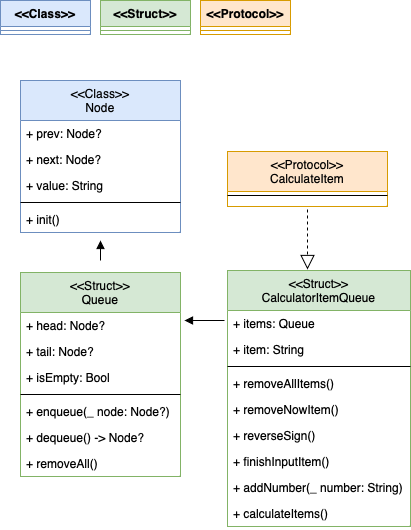
Earlier version of the draw.io export Step1UML.png (yagom-academy/ios-calculator-app). Source tidied: cells renumbered, new cells last; positions are measured from the earlier drawing's top-left corner, leaving out a move shared by most shapes. Its diagram source:
```xml
<mxGraphModel>
  <root>
    <mxCell id="0" />
    <mxCell id="1" parent="0" />
    <mxCell id="2" value="&lt;&lt;Class&gt;&gt;&#10;Node" style="swimlane;fontStyle=0;align=center;verticalAlign=top;horizontal=1;startSize=40;rounded=0;shadow=0;strokeWidth=1;fillColor=#dae8fc;strokeColor=#6c8ebf;" parent="1" vertex="1">
      <mxGeometry x="20" y="80" width="160" height="152" as="geometry" />
    </mxCell>
    <mxCell id="3" value="+ prev: Node?" style="text;align=left;verticalAlign=top;spacingLeft=4;spacingRight=4;overflow=hidden;" parent="2" vertex="1">
      <mxGeometry y="40" width="160" height="26" as="geometry" />
    </mxCell>
    <mxCell id="4" value="+ next: Node?" style="text;align=left;verticalAlign=top;spacingLeft=4;spacingRight=4;overflow=hidden;rounded=0;shadow=0;html=0;" parent="2" vertex="1">
      <mxGeometry y="66" width="160" height="26" as="geometry" />
    </mxCell>
    <mxCell id="5" value="+ value: String" style="text;align=left;verticalAlign=top;spacingLeft=4;spacingRight=4;overflow=hidden;rounded=0;shadow=0;html=0;" parent="2" vertex="1">
      <mxGeometry y="92" width="160" height="26" as="geometry" />
    </mxCell>
    <mxCell id="6" style="line;html=1;strokeWidth=1;align=left;verticalAlign=middle;spacingTop=-1;spacingLeft=3;spacingRight=3;labelPosition=right;" parent="2" vertex="1">
      <mxGeometry y="118" width="160" height="8" as="geometry" />
    </mxCell>
    <mxCell id="7" value="+ init()" style="text;align=left;verticalAlign=top;spacingLeft=4;spacingRight=4;overflow=hidden;rounded=0;shadow=0;html=0;" parent="2" vertex="1">
      <mxGeometry y="126" width="160" height="26" as="geometry" />
    </mxCell>
    <mxCell id="8" value="&lt;&lt;Struct&gt;&gt;&#10;Queue" style="swimlane;fontStyle=0;align=center;verticalAlign=top;horizontal=1;startSize=40;rounded=0;shadow=0;strokeWidth=1;fillColor=#d5e8d4;strokeColor=#82b366;" parent="1" vertex="1">
      <mxGeometry x="20" y="272" width="160" height="204" as="geometry" />
    </mxCell>
    <mxCell id="9" value="+ head: Node?&#10;" style="text;align=left;verticalAlign=top;spacingLeft=4;spacingRight=4;overflow=hidden;rounded=0;shadow=0;html=0;" parent="8" vertex="1">
      <mxGeometry y="40" width="160" height="26" as="geometry" />
    </mxCell>
    <mxCell id="10" value="+ tail: Node?&#10;" style="text;align=left;verticalAlign=top;spacingLeft=4;spacingRight=4;overflow=hidden;rounded=0;shadow=0;html=0;" parent="8" vertex="1">
      <mxGeometry y="66" width="160" height="26" as="geometry" />
    </mxCell>
    <mxCell id="11" value="+ isEmpty: Bool&#10;" style="text;align=left;verticalAlign=top;spacingLeft=4;spacingRight=4;overflow=hidden;rounded=0;shadow=0;html=0;" parent="8" vertex="1">
      <mxGeometry y="92" width="160" height="26" as="geometry" />
    </mxCell>
    <mxCell id="12" style="line;html=1;strokeWidth=1;align=left;verticalAlign=middle;spacingTop=-1;spacingLeft=3;spacingRight=3;labelPosition=right;" parent="8" vertex="1">
      <mxGeometry y="118" width="160" height="8" as="geometry" />
    </mxCell>
    <mxCell id="13" value="+ enqueue(_ node: Node?)" style="text;align=left;verticalAlign=top;spacingLeft=4;spacingRight=4;overflow=hidden;" parent="8" vertex="1">
      <mxGeometry y="126" width="160" height="26" as="geometry" />
    </mxCell>
    <mxCell id="14" value="+ dequeue() -&gt; Node?" style="text;align=left;verticalAlign=top;spacingLeft=4;spacingRight=4;overflow=hidden;" parent="8" vertex="1">
      <mxGeometry y="152" width="160" height="26" as="geometry" />
    </mxCell>
    <mxCell id="15" value="+ removeAll()" style="text;align=left;verticalAlign=top;spacingLeft=4;spacingRight=4;overflow=hidden;" parent="8" vertex="1">
      <mxGeometry y="178" width="160" height="26" as="geometry" />
    </mxCell>
    <mxCell id="16" value="&lt;&lt;Struct&gt;&gt;&#10;CalculatorItemQueue" style="swimlane;fontStyle=0;align=center;verticalAlign=top;horizontal=1;startSize=40;rounded=0;shadow=0;strokeWidth=1;fillColor=#d5e8d4;strokeColor=#82b366;" parent="1" vertex="1">
      <mxGeometry x="227" y="270" width="183" height="256" as="geometry" />
    </mxCell>
    <mxCell id="17" value="+ items: Queue" style="text;align=left;verticalAlign=top;spacingLeft=4;spacingRight=4;overflow=hidden;" parent="16" vertex="1">
      <mxGeometry y="40" width="183" height="26" as="geometry" />
    </mxCell>
    <mxCell id="18" value="+ item: String" style="text;align=left;verticalAlign=top;spacingLeft=4;spacingRight=4;overflow=hidden;" parent="16" vertex="1">
      <mxGeometry y="66" width="183" height="26" as="geometry" />
    </mxCell>
    <mxCell id="19" style="line;html=1;strokeWidth=1;align=left;verticalAlign=middle;spacingTop=-1;spacingLeft=3;spacingRight=3;labelPosition=right;" parent="16" vertex="1">
      <mxGeometry y="92" width="183" height="8" as="geometry" />
    </mxCell>
    <mxCell id="20" value="+ removeAllItems()" style="text;align=left;verticalAlign=top;spacingLeft=4;spacingRight=4;overflow=hidden;" parent="16" vertex="1">
      <mxGeometry y="100" width="183" height="26" as="geometry" />
    </mxCell>
    <mxCell id="21" value="+ removeNowItem()" style="text;align=left;verticalAlign=top;spacingLeft=4;spacingRight=4;overflow=hidden;" parent="16" vertex="1">
      <mxGeometry y="126" width="183" height="26" as="geometry" />
    </mxCell>
    <mxCell id="22" value="+ reverseSign()" style="text;align=left;verticalAlign=top;spacingLeft=4;spacingRight=4;overflow=hidden;" parent="16" vertex="1">
      <mxGeometry y="152" width="183" height="26" as="geometry" />
    </mxCell>
    <mxCell id="23" value="+ finishInputItem()" style="text;align=left;verticalAlign=top;spacingLeft=4;spacingRight=4;overflow=hidden;" parent="16" vertex="1">
      <mxGeometry y="178" width="183" height="26" as="geometry" />
    </mxCell>
    <mxCell id="24" value="+ addNumber(_ number: String)" style="text;align=left;verticalAlign=top;spacingLeft=4;spacingRight=4;overflow=hidden;" parent="16" vertex="1">
      <mxGeometry y="204" width="183" height="26" as="geometry" />
    </mxCell>
    <mxCell id="25" value="+ calculateItems()" style="text;align=left;verticalAlign=top;spacingLeft=4;spacingRight=4;overflow=hidden;" parent="16" vertex="1">
      <mxGeometry y="230" width="183" height="26" as="geometry" />
    </mxCell>
    <mxCell id="26" value="&lt;&lt;Protocol&gt;&gt;&#10;CalculateItem" style="swimlane;fontStyle=0;align=center;verticalAlign=top;horizontal=1;startSize=40;rounded=0;shadow=0;strokeWidth=1;fillColor=#ffe6cc;strokeColor=#d79b00;" parent="1" vertex="1">
      <mxGeometry x="227" y="151" width="160" height="55" as="geometry" />
    </mxCell>
    <mxCell id="27" style="line;html=1;strokeWidth=1;align=left;verticalAlign=middle;spacingTop=-1;spacingLeft=3;spacingRight=3;labelPosition=right;" parent="26" vertex="1">
      <mxGeometry y="40" width="160" height="8" as="geometry" />
    </mxCell>
    <mxCell id="28" value="&lt;&lt;Class&gt;&gt;" style="swimlane;fontStyle=1;align=center;verticalAlign=top;horizontal=1;startSize=26;fillColor=#dae8fc;strokeColor=#6c8ebf;" parent="1" vertex="1">
      <mxGeometry width="90" height="34" as="geometry" />
    </mxCell>
    <mxCell id="29" style="line;strokeWidth=1;fillColor=none;align=left;verticalAlign=middle;spacingTop=-1;spacingLeft=3;spacingRight=3;labelPosition=right;strokeColor=inherit;" parent="28" vertex="1">
      <mxGeometry y="26" width="90" height="8" as="geometry" />
    </mxCell>
    <mxCell id="30" value="&lt;&lt;Struct&gt;&gt;" style="swimlane;fontStyle=1;align=center;verticalAlign=top;horizontal=1;startSize=26;fillColor=#d5e8d4;strokeColor=#82b366;" parent="1" vertex="1">
      <mxGeometry x="100" width="90" height="34" as="geometry" />
    </mxCell>
    <mxCell id="31" style="line;strokeWidth=1;fillColor=none;align=left;verticalAlign=middle;spacingTop=-1;spacingLeft=3;spacingRight=3;labelPosition=right;strokeColor=inherit;" parent="30" vertex="1">
      <mxGeometry y="26" width="90" height="8" as="geometry" />
    </mxCell>
    <mxCell id="32" value="&lt;&lt;Protocol&gt;&gt;" style="swimlane;fontStyle=1;align=center;verticalAlign=top;horizontal=1;startSize=26;fillColor=#ffe6cc;strokeColor=#d79b00;" parent="1" vertex="1">
      <mxGeometry x="200" width="90" height="34" as="geometry" />
    </mxCell>
    <mxCell id="33" style="line;strokeWidth=1;fillColor=none;align=left;verticalAlign=middle;spacingTop=-1;spacingLeft=3;spacingRight=3;labelPosition=right;strokeColor=inherit;" parent="32" vertex="1">
      <mxGeometry y="26" width="90" height="8" as="geometry" />
    </mxCell>
    <mxCell id="34" style="endArrow=block;dashed=1;endFill=0;endSize=12;html=1;rounded=0;entryX=0.5;entryY=0;entryDx=0;entryDy=0;" parent="1" edge="1">
      <mxGeometry relative="1" as="geometry">
        <mxPoint x="307" y="209" as="sourcePoint" />
        <mxPoint x="307" y="269" as="targetPoint" />
      </mxGeometry>
    </mxCell>
    <mxCell id="35" style="endArrow=block;endFill=1;html=1;edgeStyle=orthogonalEdgeStyle;align=left;verticalAlign=top;rounded=0;" parent="1" edge="1">
      <mxGeometry x="-1" relative="1" as="geometry">
        <mxPoint x="224" y="320" as="sourcePoint" />
        <mxPoint x="184" y="320" as="targetPoint" />
      </mxGeometry>
    </mxCell>
    <mxCell id="36" style="endArrow=block;endFill=1;html=1;edgeStyle=orthogonalEdgeStyle;align=left;verticalAlign=top;rounded=0;" parent="1" edge="1">
      <mxGeometry x="-1" relative="1" as="geometry">
        <mxPoint x="100" y="260" as="sourcePoint" />
        <mxPoint x="100" y="240" as="targetPoint" />
      </mxGeometry>
    </mxCell>
  </root>
</mxGraphModel>
```
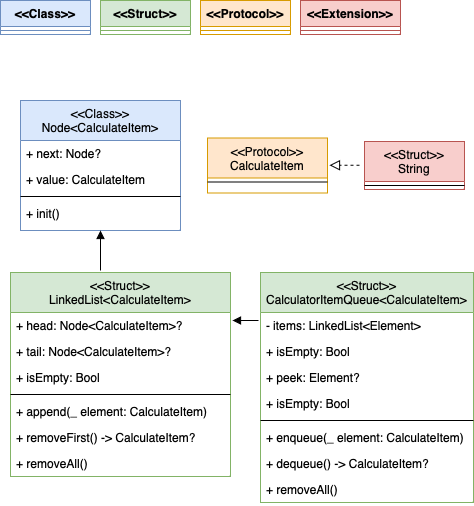
Later version of the same file.

What changed in the source:
```diff
@@ -2,83 +2,77 @@
   <root>
     <mxCell id="0" />
     <mxCell id="1" parent="0" />
-    <mxCell id="2" value="&lt;&lt;Class&gt;&gt;&#10;Node" style="swimlane;fontStyle=0;align=center;verticalAlign=top;horizontal=1;startSize=40;rounded=0;shadow=0;strokeWidth=1;fillColor=#dae8fc;strokeColor=#6c8ebf;" parent="1" vertex="1">
-      <mxGeometry x="20" y="80" width="160" height="152" as="geometry" />
+    <mxCell id="2" value="&lt;&lt;Class&gt;&gt;&#10;Node&lt;CalculateItem&gt;" style="swimlane;fontStyle=0;align=center;verticalAlign=top;horizontal=1;startSize=40;rounded=0;shadow=0;strokeWidth=1;fillColor=#dae8fc;strokeColor=#6c8ebf;" parent="1" vertex="1">
+      <mxGeometry x="20" y="100" width="160" height="130" as="geometry" />
     </mxCell>
-    <mxCell id="3" value="+ prev: Node?" style="text;align=left;verticalAlign=top;spacingLeft=4;spacingRight=4;overflow=hidden;" parent="2" vertex="1">
-      <mxGeometry y="40" width="160" height="26" as="geometry" />
-    </mxCell>
     <mxCell id="4" value="+ next: Node?" style="text;align=left;verticalAlign=top;spacingLeft=4;spacingRight=4;overflow=hidden;rounded=0;shadow=0;html=0;" parent="2" vertex="1">
-      <mxGeometry y="66" width="160" height="26" as="geometry" />
+      <mxGeometry y="40" width="160" height="26" as="geometry" />
     </mxCell>
-    <mxCell id="5" value="+ value: String" style="text;align=left;verticalAlign=top;spacingLeft=4;spacingRight=4;overflow=hidden;rounded=0;shadow=0;html=0;" parent="2" vertex="1">
-      <mxGeometry y="92" width="160" height="26" as="geometry" />
+    <mxCell id="5" value="+ value: CalculateItem" style="text;align=left;verticalAlign=top;spacingLeft=4;spacingRight=4;overflow=hidden;rounded=0;shadow=0;html=0;" parent="2" vertex="1">
+      <mxGeometry y="66" width="160" height="26" as="geometry" />
     </mxCell>
     <mxCell id="6" style="line;html=1;strokeWidth=1;align=left;verticalAlign=middle;spacingTop=-1;spacingLeft=3;spacingRight=3;labelPosition=right;" parent="2" vertex="1">
-      <mxGeometry y="118" width="160" height="8" as="geometry" />
+      <mxGeometry y="92" width="160" height="8" as="geometry" />
     </mxCell>
     <mxCell id="7" value="+ init()" style="text;align=left;verticalAlign=top;spacingLeft=4;spacingRight=4;overflow=hidden;rounded=0;shadow=0;html=0;" parent="2" vertex="1">
-      <mxGeometry y="126" width="160" height="26" as="geometry" />
+      <mxGeometry y="100" width="160" height="26" as="geometry" />
     </mxCell>
-    <mxCell id="8" value="&lt;&lt;Struct&gt;&gt;&#10;Queue" style="swimlane;fontStyle=0;align=center;verticalAlign=top;horizontal=1;startSize=40;rounded=0;shadow=0;strokeWidth=1;fillColor=#d5e8d4;strokeColor=#82b366;" parent="1" vertex="1">
-      <mxGeometry x="20" y="272" width="160" height="204" as="geometry" />
+    <mxCell id="8" value="&lt;&lt;Struct&gt;&gt;&#10;LinkedList&lt;CalculateItem&gt;" style="swimlane;fontStyle=0;align=center;verticalAlign=top;horizontal=1;startSize=40;rounded=0;shadow=0;strokeWidth=1;fillColor=#d5e8d4;strokeColor=#82b366;" parent="1" vertex="1">
+      <mxGeometry x="10" y="272" width="220" height="204" as="geometry" />
     </mxCell>
-    <mxCell id="9" value="+ head: Node?&#10;" style="text;align=left;verticalAlign=top;spacingLeft=4;spacingRight=4;overflow=hidden;rounded=0;shadow=0;html=0;" parent="8" vertex="1">
-      <mxGeometry y="40" width="160" height="26" as="geometry" />
+    <mxCell id="9" value="+ head: Node&lt;CalculateItem&gt;?&#10;" style="text;align=left;verticalAlign=top;spacingLeft=4;spacingRight=4;overflow=hidden;rounded=0;shadow=0;html=0;" parent="8" vertex="1">
+      <mxGeometry y="40" width="220" height="26" as="geometry" />
     </mxCell>
-    <mxCell id="10" value="+ tail: Node?&#10;" style="text;align=left;verticalAlign=top;spacingLeft=4;spacingRight=4;overflow=hidden;rounded=0;shadow=0;html=0;" parent="8" vertex="1">
-      <mxGeometry y="66" width="160" height="26" as="geometry" />
+    <mxCell id="10" value="+ tail: Node&lt;CalculateItem&gt;?&#10;" style="text;align=left;verticalAlign=top;spacingLeft=4;spacingRight=4;overflow=hidden;rounded=0;shadow=0;html=0;" parent="8" vertex="1">
+      <mxGeometry y="66" width="220" height="26" as="geometry" />
     </mxCell>
     <mxCell id="11" value="+ isEmpty: Bool&#10;" style="text;align=left;verticalAlign=top;spacingLeft=4;spacingRight=4;overflow=hidden;rounded=0;shadow=0;html=0;" parent="8" vertex="1">
-      <mxGeometry y="92" width="160" height="26" as="geometry" />
+      <mxGeometry y="92" width="220" height="26" as="geometry" />
     </mxCell>
     <mxCell id="12" style="line;html=1;strokeWidth=1;align=left;verticalAlign=middle;spacingTop=-1;spacingLeft=3;spacingRight=3;labelPosition=right;" parent="8" vertex="1">
-      <mxGeometry y="118" width="160" height="8" as="geometry" />
+      <mxGeometry y="118" width="220" height="8" as="geometry" />
     </mxCell>
-    <mxCell id="13" value="+ enqueue(_ node: Node?)" style="text;align=left;verticalAlign=top;spacingLeft=4;spacingRight=4;overflow=hidden;" parent="8" vertex="1">
-      <mxGeometry y="126" width="160" height="26" as="geometry" />
+    <mxCell id="13" value="+ append(_ element: CalculateItem)" style="text;align=left;verticalAlign=top;spacingLeft=4;spacingRight=4;overflow=hidden;" parent="8" vertex="1">
+      <mxGeometry y="126" width="220" height="26" as="geometry" />
     </mxCell>
-    <mxCell id="14" value="+ dequeue() -&gt; Node?" style="text;align=left;verticalAlign=top;spacingLeft=4;spacingRight=4;overflow=hidden;" parent="8" vertex="1">
-      <mxGeometry y="152" width="160" height="26" as="geometry" />
+    <mxCell id="14" value="+ removeFirst() -&gt; CalculateItem?" style="text;align=left;verticalAlign=top;spacingLeft=4;spacingRight=4;overflow=hidden;" parent="8" vertex="1">
+      <mxGeometry y="152" width="220" height="26" as="geometry" />
     </mxCell>
     <mxCell id="15" value="+ removeAll()" style="text;align=left;verticalAlign=top;spacingLeft=4;spacingRight=4;overflow=hidden;" parent="8" vertex="1">
-      <mxGeometry y="178" width="160" height="26" as="geometry" />
+      <mxGeometry y="178" width="220" height="26" as="geometry" />
     </mxCell>
-    <mxCell id="16" value="&lt;&lt;Struct&gt;&gt;&#10;CalculatorItemQueue" style="swimlane;fontStyle=0;align=center;verticalAlign=top;horizontal=1;startSize=40;rounded=0;shadow=0;strokeWidth=1;fillColor=#d5e8d4;strokeColor=#82b366;" parent="1" vertex="1">
-      <mxGeometry x="227" y="270" width="183" height="256" as="geometry" />
+    <mxCell id="16" value="&lt;&lt;Struct&gt;&gt;&#10;CalculatorItemQueue&lt;CalculateItem&gt;" style="swimlane;fontStyle=0;align=center;verticalAlign=top;horizontal=1;startSize=40;rounded=0;shadow=0;strokeWidth=1;fillColor=#d5e8d4;strokeColor=#82b366;" parent="1" vertex="1">
+      <mxGeometry x="260" y="272" width="213" height="230" as="geometry" />
     </mxCell>
-    <mxCell id="17" value="+ items: Queue" style="text;align=left;verticalAlign=top;spacingLeft=4;spacingRight=4;overflow=hidden;" parent="16" vertex="1">
-      <mxGeometry y="40" width="183" height="26" as="geometry" />
+    <mxCell id="17" value="- items: LinkedList&lt;Element&gt;" style="text;align=left;verticalAlign=top;spacingLeft=4;spacingRight=4;overflow=hidden;" parent="16" vertex="1">
+      <mxGeometry y="40" width="213" height="26" as="geometry" />
     </mxCell>
-    <mxCell id="18" value="+ item: String" style="text;align=left;verticalAlign=top;spacingLeft=4;spacingRight=4;overflow=hidden;" parent="16" vertex="1">
-      <mxGeometry y="66" width="183" height="26" as="geometry" />
-    </mxCell>
+    <mxCell id="37" value="+ isEmpty: Bool" style="text;align=left;verticalAlign=top;spacingLeft=4;spacingRight=4;overflow=hidden;" parent="16" vertex="1">
+      <mxGeometry y="66" width="213" height="26" as="geometry" />
+    </mxCell>
+    <mxCell id="38" value="+ peek: Element?" style="text;align=left;verticalAlign=top;spacingLeft=4;spacingRight=4;overflow=hidden;" parent="16" vertex="1">
+      <mxGeometry y="92" width="213" height="26" as="geometry" />
+    </mxCell>
+    <mxCell id="39" value="+ isEmpty: Bool" style="text;align=left;verticalAlign=top;spacingLeft=4;spacingRight=4;overflow=hidden;" parent="16" vertex="1">
+      <mxGeometry y="118" width="213" height="26" as="geometry" />
+    </mxCell>
     <mxCell id="19" style="line;html=1;strokeWidth=1;align=left;verticalAlign=middle;spacingTop=-1;spacingLeft=3;spacingRight=3;labelPosition=right;" parent="16" vertex="1">
-      <mxGeometry y="92" width="183" height="8" as="geometry" />
+      <mxGeometry y="144" width="213" height="8" as="geometry" />
     </mxCell>
-    <mxCell id="20" value="+ removeAllItems()" style="text;align=left;verticalAlign=top;spacingLeft=4;spacingRight=4;overflow=hidden;" parent="16" vertex="1">
-      <mxGeometry y="100" width="183" height="26" as="geometry" />
+    <mxCell id="20" value="+ enqueue(_ element: CalculateItem)" style="text;align=left;verticalAlign=top;spacingLeft=4;spacingRight=4;overflow=hidden;" parent="16" vertex="1">
+      <mxGeometry y="152" width="213" height="26" as="geometry" />
     </mxCell>
-    <mxCell id="21" value="+ removeNowItem()" style="text;align=left;verticalAlign=top;spacingLeft=4;spacingRight=4;overflow=hidden;" parent="16" vertex="1">
-      <mxGeometry y="126" width="183" height="26" as="geometry" />
+    <mxCell id="21" value="+ dequeue() -&gt; CalculateItem?" style="text;align=left;verticalAlign=top;spacingLeft=4;spacingRight=4;overflow=hidden;" parent="16" vertex="1">
+      <mxGeometry y="178" width="213" height="26" as="geometry" />
     </mxCell>
-    <mxCell id="22" value="+ reverseSign()" style="text;align=left;verticalAlign=top;spacingLeft=4;spacingRight=4;overflow=hidden;" parent="16" vertex="1">
-      <mxGeometry y="152" width="183" height="26" as="geometry" />
+    <mxCell id="22" value="+ removeAll()" style="text;align=left;verticalAlign=top;spacingLeft=4;spacingRight=4;overflow=hidden;" parent="16" vertex="1">
+      <mxGeometry y="204" width="213" height="26" as="geometry" />
     </mxCell>
-    <mxCell id="23" value="+ finishInputItem()" style="text;align=left;verticalAlign=top;spacingLeft=4;spacingRight=4;overflow=hidden;" parent="16" vertex="1">
-      <mxGeometry y="178" width="183" height="26" as="geometry" />
-    </mxCell>
-    <mxCell id="24" value="+ addNumber(_ number: String)" style="text;align=left;verticalAlign=top;spacingLeft=4;spacingRight=4;overflow=hidden;" parent="16" vertex="1">
-      <mxGeometry y="204" width="183" height="26" as="geometry" />
-    </mxCell>
-    <mxCell id="25" value="+ calculateItems()" style="text;align=left;verticalAlign=top;spacingLeft=4;spacingRight=4;overflow=hidden;" parent="16" vertex="1">
-      <mxGeometry y="230" width="183" height="26" as="geometry" />
-    </mxCell>
     <mxCell id="26" value="&lt;&lt;Protocol&gt;&gt;&#10;CalculateItem" style="swimlane;fontStyle=0;align=center;verticalAlign=top;horizontal=1;startSize=40;rounded=0;shadow=0;strokeWidth=1;fillColor=#ffe6cc;strokeColor=#d79b00;" parent="1" vertex="1">
-      <mxGeometry x="227" y="151" width="160" height="55" as="geometry" />
+      <mxGeometry x="207" y="137.5" width="120" height="55" as="geometry" />
     </mxCell>
     <mxCell id="27" style="line;html=1;strokeWidth=1;align=left;verticalAlign=middle;spacingTop=-1;spacingLeft=3;spacingRight=3;labelPosition=right;" parent="26" vertex="1">
-      <mxGeometry y="40" width="160" height="8" as="geometry" />
+      <mxGeometry y="40" width="120" height="8" as="geometry" />
     </mxCell>
     <mxCell id="28" value="&lt;&lt;Class&gt;&gt;" style="swimlane;fontStyle=1;align=center;verticalAlign=top;horizontal=1;startSize=26;fillColor=#dae8fc;strokeColor=#6c8ebf;" parent="1" vertex="1">
       <mxGeometry width="90" height="34" as="geometry" />
@@ -98,23 +92,35 @@
     <mxCell id="33" style="line;strokeWidth=1;fillColor=none;align=left;verticalAlign=middle;spacingTop=-1;spacingLeft=3;spacingRight=3;labelPosition=right;strokeColor=inherit;" parent="32" vertex="1">
       <mxGeometry y="26" width="90" height="8" as="geometry" />
     </mxCell>
-    <mxCell id="34" style="endArrow=block;dashed=1;endFill=0;endSize=12;html=1;rounded=0;entryX=0.5;entryY=0;entryDx=0;entryDy=0;" parent="1" edge="1">
-      <mxGeometry relative="1" as="geometry">
-        <mxPoint x="307" y="209" as="sourcePoint" />
-        <mxPoint x="307" y="269" as="targetPoint" />
-      </mxGeometry>
-    </mxCell>
     <mxCell id="35" style="endArrow=block;endFill=1;html=1;edgeStyle=orthogonalEdgeStyle;align=left;verticalAlign=top;rounded=0;" parent="1" edge="1">
       <mxGeometry x="-1" relative="1" as="geometry">
-        <mxPoint x="224" y="320" as="sourcePoint" />
-        <mxPoint x="184" y="320" as="targetPoint" />
+        <mxPoint x="258" y="320" as="sourcePoint" />
+        <mxPoint x="232" y="320" as="targetPoint" />
       </mxGeometry>
     </mxCell>
     <mxCell id="36" style="endArrow=block;endFill=1;html=1;edgeStyle=orthogonalEdgeStyle;align=left;verticalAlign=top;rounded=0;" parent="1" edge="1">
       <mxGeometry x="-1" relative="1" as="geometry">
-        <mxPoint x="100" y="260" as="sourcePoint" />
-        <mxPoint x="100" y="240" as="targetPoint" />
+        <mxPoint x="100" y="270" as="sourcePoint" />
+        <mxPoint x="100" y="230" as="targetPoint" />
       </mxGeometry>
     </mxCell>
+    <mxCell id="40" value="&lt;&lt;Struct&gt;&gt;&#10;String" style="swimlane;fontStyle=0;align=center;verticalAlign=top;horizontal=1;startSize=40;rounded=0;shadow=0;strokeWidth=1;fillColor=#f8cecc;strokeColor=#b85450;" parent="1" vertex="1">
+      <mxGeometry x="364" y="141" width="100" height="48" as="geometry" />
+    </mxCell>
+    <mxCell id="41" style="line;html=1;strokeWidth=1;align=left;verticalAlign=middle;spacingTop=-1;spacingLeft=3;spacingRight=3;labelPosition=right;" parent="40" vertex="1">
+      <mxGeometry y="40" width="100" height="8" as="geometry" />
+    </mxCell>
+    <mxCell id="42" value="&lt;&lt;Extension&gt;&gt;" style="swimlane;fontStyle=1;align=center;verticalAlign=top;horizontal=1;startSize=26;fillColor=#f8cecc;strokeColor=#b85450;" parent="1" vertex="1">
+      <mxGeometry x="300" width="100" height="34" as="geometry" />
+    </mxCell>
+    <mxCell id="43" style="line;strokeWidth=1;fillColor=none;align=left;verticalAlign=middle;spacingTop=-1;spacingLeft=3;spacingRight=3;labelPosition=right;strokeColor=inherit;" parent="42" vertex="1">
+      <mxGeometry y="26" width="100" height="8" as="geometry" />
+    </mxCell>
+    <mxCell id="44" style="endArrow=block;dashed=1;endFill=0;endSize=8;html=1;rounded=0;" parent="1" edge="1">
+      <mxGeometry relative="1" as="geometry">
+        <mxPoint x="359" y="164.8" as="sourcePoint" />
+        <mxPoint x="329" y="164.8" as="targetPoint" />
+      </mxGeometry>
+    </mxCell>
   </root>
 </mxGraphModel>
```
